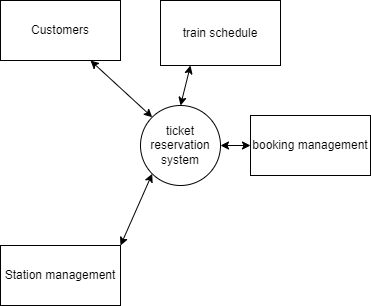
This is firt.png from CycloTronAR/SoftwareENG, a draw.io export, as it was before one commit. Source tidied: cells renumbered, new cells last; positions are measured from the earlier drawing's top-left corner, leaving out a move shared by most shapes. Source of this version:
```xml
<mxGraphModel>
  <root>
    <mxCell id="0" />
    <mxCell id="1" parent="0" />
    <mxCell id="2" value="Customers" style="rounded=0;whiteSpace=wrap;html=1;" parent="1" vertex="1">
      <mxGeometry width="120" height="60" as="geometry" />
    </mxCell>
    <mxCell id="3" style="endArrow=classic;startArrow=classic;html=1;rounded=0;entryX=0.75;entryY=1;entryDx=0;entryDy=0;exitX=0;exitY=0;exitDx=0;exitDy=0;" parent="1" edge="1" source="4" target="2">
      <mxGeometry relative="1" as="geometry" />
    </mxCell>
    <mxCell id="4" value="ticket reservation system" style="ellipse;whiteSpace=wrap;html=1;" parent="1" vertex="1">
      <mxGeometry x="140" y="105" width="80" height="80" as="geometry" />
    </mxCell>
    <mxCell id="5" value="train schedule" style="rounded=0;whiteSpace=wrap;html=1;" parent="1" vertex="1">
      <mxGeometry x="160" width="120" height="65" as="geometry" />
    </mxCell>
    <mxCell id="6" style="endArrow=classic;startArrow=classic;html=1;rounded=0;exitX=0.5;exitY=0;exitDx=0;exitDy=0;entryX=0.25;entryY=1;entryDx=0;entryDy=0;" parent="1" edge="1" source="4" target="5">
      <mxGeometry relative="1" as="geometry" />
    </mxCell>
    <mxCell id="7" value="booking management" style="rounded=0;whiteSpace=wrap;html=1;" parent="1" vertex="1">
      <mxGeometry x="250" y="115" width="120" height="60" as="geometry" />
    </mxCell>
    <mxCell id="8" style="endArrow=classic;startArrow=classic;html=1;rounded=0;exitX=1;exitY=0.5;exitDx=0;exitDy=0;entryX=0;entryY=0.5;entryDx=0;entryDy=0;" parent="1" edge="1" source="4" target="7">
      <mxGeometry relative="1" as="geometry" />
    </mxCell>
    <mxCell id="9" value="Station management" style="rounded=0;whiteSpace=wrap;html=1;" parent="1" vertex="1">
      <mxGeometry y="245" width="120" height="60" as="geometry" />
    </mxCell>
    <mxCell id="10" style="endArrow=classic;startArrow=classic;html=1;rounded=0;exitX=0;exitY=1;exitDx=0;exitDy=0;entryX=1;entryY=0;entryDx=0;entryDy=0;" parent="1" edge="1" source="4" target="9">
      <mxGeometry relative="1" as="geometry" />
    </mxCell>
  </root>
</mxGraphModel>
```
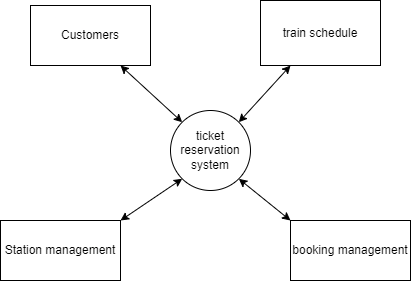
After the commit.

What changed in the source:
```diff
@@ -12,19 +12,19 @@
       <mxGeometry x="140" y="105" width="80" height="80" as="geometry" />
     </mxCell>
     <mxCell id="5" value="train schedule" style="rounded=0;whiteSpace=wrap;html=1;" parent="1" vertex="1">
-      <mxGeometry x="160" width="120" height="65" as="geometry" />
+      <mxGeometry x="230" y="-5" width="120" height="65" as="geometry" />
     </mxCell>
-    <mxCell id="6" style="endArrow=classic;startArrow=classic;html=1;rounded=0;exitX=0.5;exitY=0;exitDx=0;exitDy=0;entryX=0.25;entryY=1;entryDx=0;entryDy=0;" parent="1" edge="1" source="4" target="5">
+    <mxCell id="6" style="endArrow=classic;startArrow=classic;html=1;rounded=0;exitX=1;exitY=0;exitDx=0;exitDy=0;entryX=0.25;entryY=1;entryDx=0;entryDy=0;" parent="1" edge="1" source="4" target="5">
       <mxGeometry relative="1" as="geometry" />
     </mxCell>
     <mxCell id="7" value="booking management" style="rounded=0;whiteSpace=wrap;html=1;" parent="1" vertex="1">
-      <mxGeometry x="250" y="115" width="120" height="60" as="geometry" />
+      <mxGeometry x="260" y="215" width="120" height="60" as="geometry" />
     </mxCell>
-    <mxCell id="8" style="endArrow=classic;startArrow=classic;html=1;rounded=0;exitX=1;exitY=0.5;exitDx=0;exitDy=0;entryX=0;entryY=0.5;entryDx=0;entryDy=0;" parent="1" edge="1" source="4" target="7">
+    <mxCell id="8" style="endArrow=classic;startArrow=classic;html=1;rounded=0;exitX=1;exitY=1;exitDx=0;exitDy=0;entryX=0;entryY=0;entryDx=0;entryDy=0;" parent="1" edge="1" source="4" target="7">
       <mxGeometry relative="1" as="geometry" />
     </mxCell>
     <mxCell id="9" value="Station management" style="rounded=0;whiteSpace=wrap;html=1;" parent="1" vertex="1">
-      <mxGeometry y="245" width="120" height="60" as="geometry" />
+      <mxGeometry x="-30" y="215" width="120" height="60" as="geometry" />
     </mxCell>
     <mxCell id="10" style="endArrow=classic;startArrow=classic;html=1;rounded=0;exitX=0;exitY=1;exitDx=0;exitDy=0;entryX=1;entryY=0;entryDx=0;entryDy=0;" parent="1" edge="1" source="4" target="9">
       <mxGeometry relative="1" as="geometry" />
```
